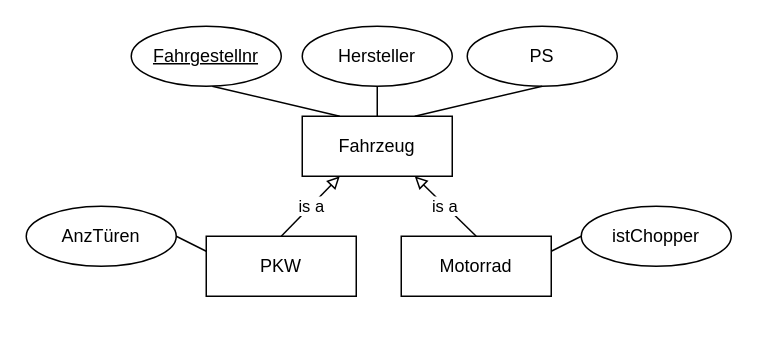
The draw.io diagram dbms/klausur/dbms_er_schluessel.drawio in dude2511/drawio, before the edit. Source tidied: cells renumbered, new cells numbered last; positions are measured from the earlier drawing's top-left corner, leaving out a move shared by most shapes. Both pictures are drawn from the tidied source at 150%, with x=0, y=0 at pixel (26, 26).
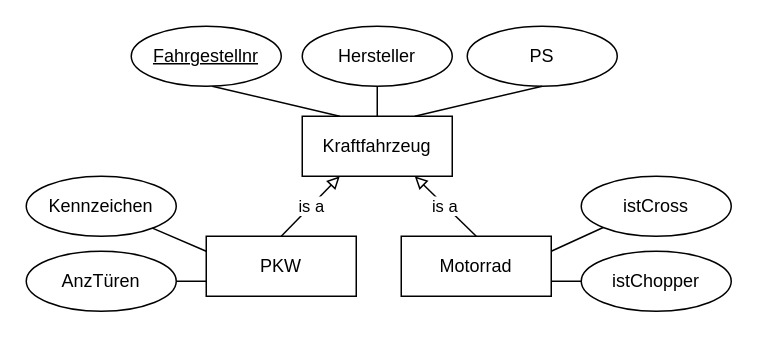
After the change.

The change refers to these unchanged cells:
```xml
<mxCell id="9" value="PKW" style="whiteSpace=wrap;html=1;align=center;" parent="1" vertex="1">
  <mxGeometry x="120" y="140" width="100" height="40" as="geometry" />
</mxCell>
<mxCell id="10" value="Motorrad" style="whiteSpace=wrap;html=1;align=center;" parent="1" vertex="1">
  <mxGeometry x="250" y="140" width="100" height="40" as="geometry" />
</mxCell>
```

What changed in the source:
```diff
@@
-    <mxCell id="2" value="Fahrzeug" style="whiteSpace=wrap;html=1;align=center;" parent="1" vertex="1">
+    <mxCell id="2" value="Kraftfahrzeug" style="whiteSpace=wrap;html=1;align=center;" parent="1" vertex="1">
       <mxGeometry x="184" y="60" width="100" height="40" as="geometry" />
     </mxCell>
@@
     <mxCell id="13" value="AnzTüren" style="ellipse;whiteSpace=wrap;html=1;align=center;" parent="1" vertex="1">
-      <mxGeometry y="120" width="100" height="40" as="geometry" />
+      <mxGeometry y="150" width="100" height="40" as="geometry" />
     </mxCell>
     <mxCell id="14" value="istChopper" style="ellipse;whiteSpace=wrap;html=1;align=center;" parent="1" vertex="1">
-      <mxGeometry x="370" y="120" width="100" height="40" as="geometry" />
+      <mxGeometry x="370" y="150" width="100" height="40" as="geometry" />
     </mxCell>
-    <mxCell id="15" style="endArrow=none;html=1;rounded=0;entryX=0;entryY=0.5;entryDx=0;entryDy=0;exitX=1;exitY=0.25;exitDx=0;exitDy=0;" parent="1" edge="1" source="10" target="14">
+    <mxCell id="15" style="endArrow=none;html=1;rounded=0;entryX=0;entryY=0.5;entryDx=0;entryDy=0;exitX=1;exitY=0.75;exitDx=0;exitDy=0;" parent="1" edge="1" source="10" target="14">
       <mxGeometry relative="1" as="geometry" />
     </mxCell>
-    <mxCell id="16" style="endArrow=none;html=1;rounded=0;entryX=0;entryY=0.25;entryDx=0;entryDy=0;exitX=1;exitY=0.5;exitDx=0;exitDy=0;" parent="1" edge="1" source="13" target="9">
+    <mxCell id="16" style="endArrow=none;html=1;rounded=0;entryX=0;entryY=0.75;entryDx=0;entryDy=0;exitX=1;exitY=0.5;exitDx=0;exitDy=0;" parent="1" edge="1" source="13" target="9">
       <mxGeometry relative="1" as="geometry" />
     </mxCell>
+    <mxCell id="17" value="Kennzeichen" style="ellipse;whiteSpace=wrap;html=1;align=center;" parent="1" vertex="1">
+      <mxGeometry y="100" width="100" height="40" as="geometry" />
+    </mxCell>
+    <mxCell id="18" style="endArrow=none;html=1;rounded=0;entryX=0;entryY=0.25;entryDx=0;entryDy=0;" parent="1" edge="1" source="17" target="9">
+      <mxGeometry relative="1" as="geometry" />
+    </mxCell>
+    <mxCell id="19" value="istCross" style="ellipse;whiteSpace=wrap;html=1;align=center;" parent="1" vertex="1">
+      <mxGeometry x="370" y="100" width="100" height="40" as="geometry" />
+    </mxCell>
+    <mxCell id="20" style="endArrow=none;html=1;rounded=0;entryX=1;entryY=0.25;entryDx=0;entryDy=0;exitX=0;exitY=1;exitDx=0;exitDy=0;" parent="1" edge="1" source="19" target="10">
+      <mxGeometry relative="1" as="geometry" />
+    </mxCell>
```
